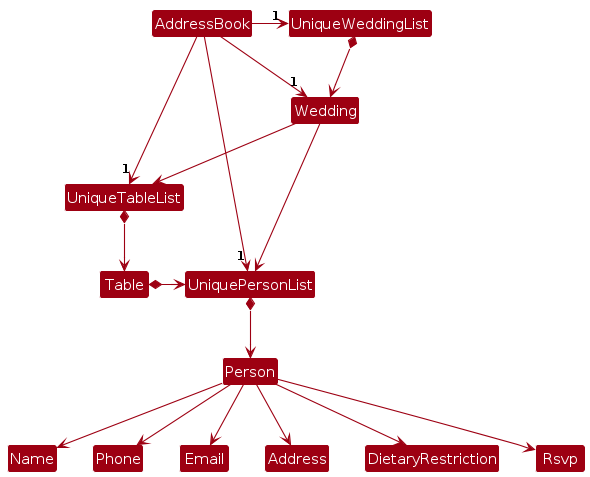
This is diagrams/BetterModelClassDiagram.png from AY2425S2-CS2103T-F12-3/tp, a PlantUML export, as it was before one commit. Its source is kept beside it as diagrams/BetterModelClassDiagram.puml.
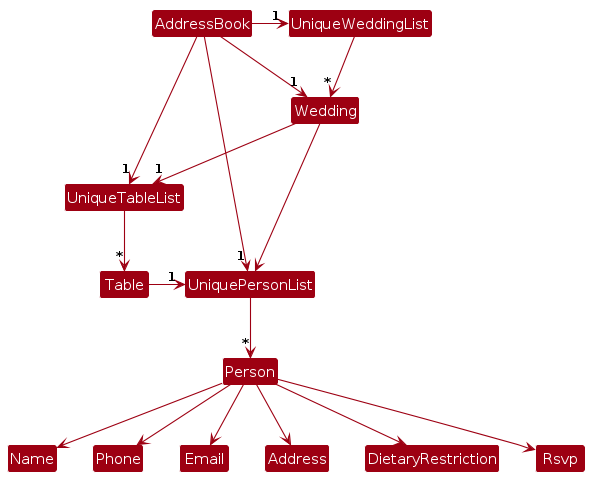
After the change.

What changed in the source:
```diff
@@ -8,12 +8,12 @@
 AddressBook -right-> "1" UniqueTableList
 AddressBook -right-> "1" UniquePersonList
 AddressBook -right-> "1" UniqueWeddingList
-UniquePersonList *--> Person
-UniqueTableList *--> Table
-UniqueWeddingList *--> Wedding
-Wedding --> UniqueTableList
+UniquePersonList --> "~*" Person
+UniqueTableList --> "~*" Table
+UniqueWeddingList --> "~*" Wedding
+Wedding --> "1" UniqueTableList
 Wedding --> UniquePersonList
-Table *-> UniquePersonList
+Table -> "1" UniquePersonList
 
 Person --> Name
 Person --> Phone
```
